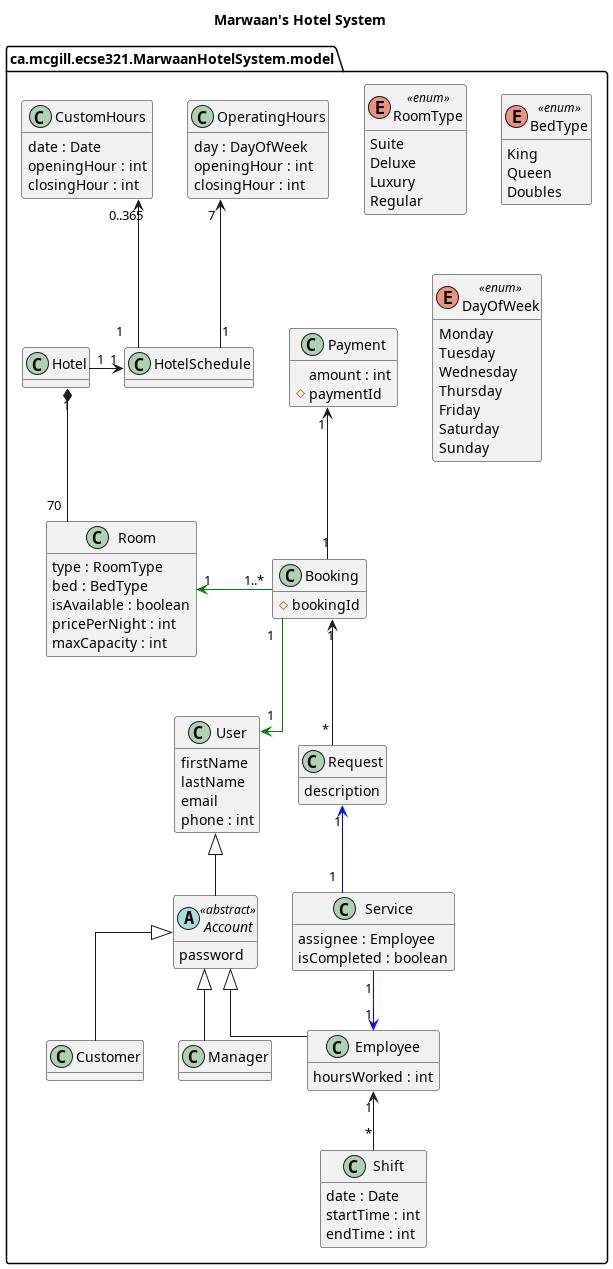
Above: documentation/UMLDiagrams/DomainModel.png in notkaramel/ECSE321-Mar1HotelSystem (PlantUML), before the change.
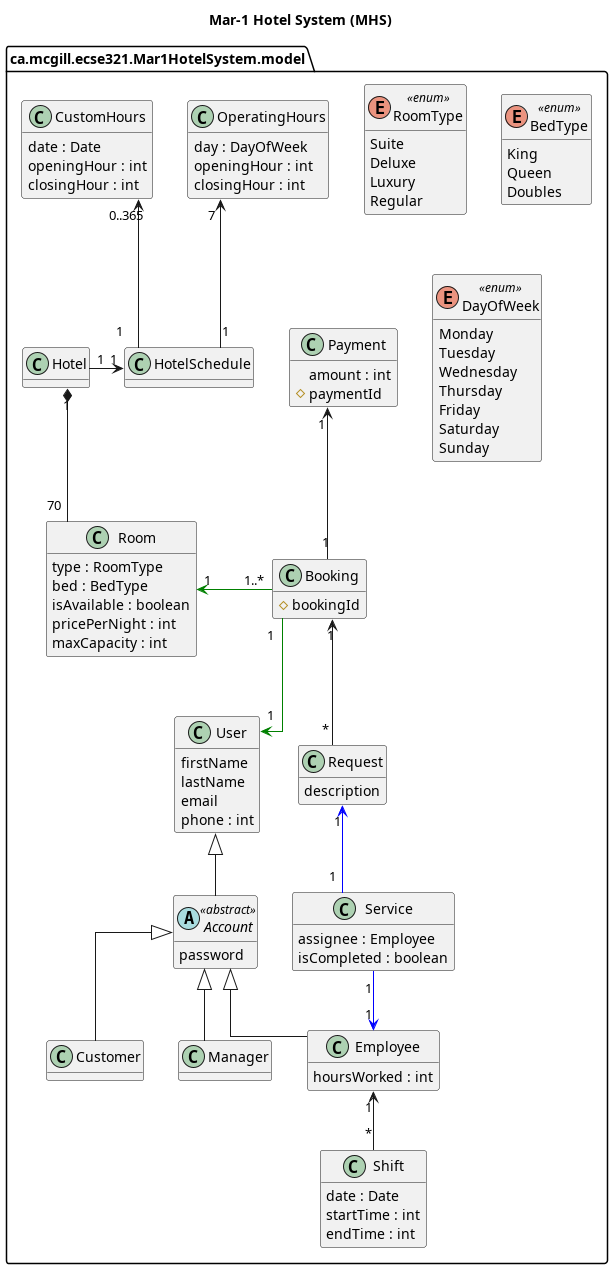
After the change.

Commit message:
Change System Name

Diff of the diagram source:
```diff
@@ -1,10 +1,10 @@
 @startuml
-title Marwaan's Hotel System
+title Mar-1 Hotel System (MHS)
 skinparam linetype ortho
 hide methods
 top to bottom direction
 
-package ca.mcgill.ecse321.MarwaanHotelSystem.model {
+package ca.mcgill.ecse321.Mar1HotelSystem.model {
     Class User {
         firstName
         lastName
```
